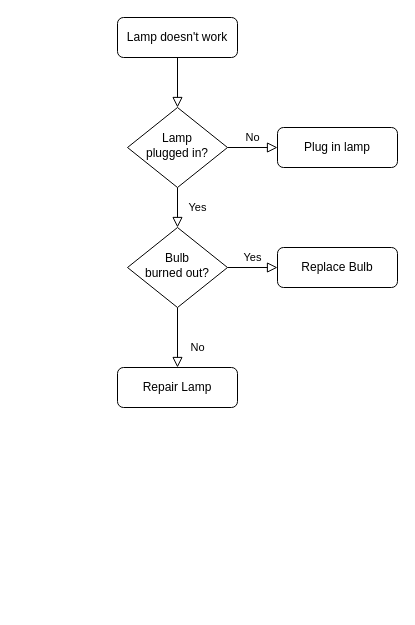
This is update.drawio from leecode398/images, a draw.io file, before an edit. Source tidied: cells renumbered, new cells numbered last; positions are measured from the earlier drawing's top-left corner, leaving out a move shared by most shapes. Both pictures are drawn from the tidied source at 100%, with x=0, y=0 at pixel (117, 17).
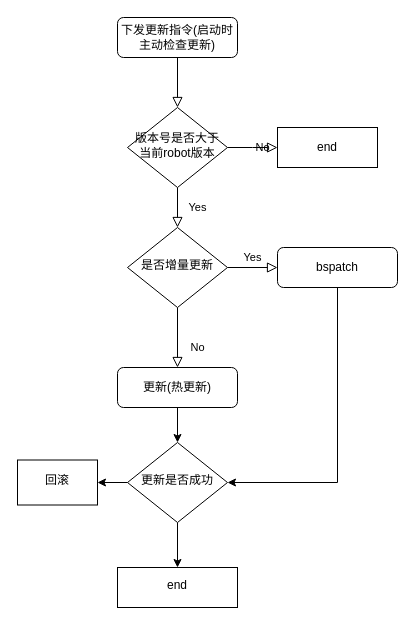
Above is the later version.

Change to the diagram source:
```diff
@@
-    <mxCell id="3" value="Lamp doesn't work" style="rounded=1;whiteSpace=wrap;html=1;fontSize=12;glass=0;strokeWidth=1;shadow=0;" parent="1" vertex="1">
+    <mxCell id="3" value="下发更新指令(启动时主动检查更新)" style="rounded=1;whiteSpace=wrap;html=1;fontSize=12;glass=0;strokeWidth=1;shadow=0;" parent="1" vertex="1">
       <mxGeometry width="120" height="40" as="geometry" />
     </mxCell>
@@
-    <mxCell id="5" value="No" style="edgeStyle=orthogonalEdgeStyle;rounded=0;html=1;jettySize=auto;fontSize=11;endArrow=block;endFill=0;endSize=8;strokeWidth=1;shadow=0;labelBackgroundColor=none;" parent="1" edge="1" source="6" target="7">
-      <mxGeometry y="10" relative="1" as="geometry" />
+    <mxCell id="5" value="No" style="edgeStyle=orthogonalEdgeStyle;rounded=0;html=1;jettySize=auto;fontSize=11;endArrow=block;endFill=0;endSize=8;strokeWidth=1;shadow=0;labelBackgroundColor=none;" parent="1" edge="1" source="6">
+      <mxGeometry y="10" relative="1" as="geometry">
+        <mxPoint x="160" y="130" as="targetPoint" />
+      </mxGeometry>
     </mxCell>
-    <mxCell id="6" value="Lamp&lt;br&gt;plugged in?" style="rhombus;whiteSpace=wrap;html=1;shadow=0;fontFamily=Helvetica;fontSize=12;align=center;strokeWidth=1;spacing=6;spacingTop=-4;" parent="1" vertex="1">
+    <mxCell id="6" value="版本号是否大于当前robot版本" style="rhombus;whiteSpace=wrap;html=1;shadow=0;fontFamily=Helvetica;fontSize=12;align=center;strokeWidth=1;spacing=6;spacingTop=-4;" parent="1" vertex="1">
       <mxGeometry x="10" y="90" width="100" height="80" as="geometry" />
     </mxCell>
-    <mxCell id="7" value="Plug in lamp" style="rounded=1;whiteSpace=wrap;html=1;fontSize=12;glass=0;strokeWidth=1;shadow=0;" parent="1" vertex="1">
-      <mxGeometry x="160" y="110" width="120" height="40" as="geometry" />
-    </mxCell>
@@
-    <mxCell id="10" value="Bulb&lt;br&gt;burned out?" style="rhombus;whiteSpace=wrap;html=1;shadow=0;fontFamily=Helvetica;fontSize=12;align=center;strokeWidth=1;spacing=6;spacingTop=-4;" parent="1" vertex="1">
+    <mxCell id="10" value="是否增量更新" style="rhombus;whiteSpace=wrap;html=1;shadow=0;fontFamily=Helvetica;fontSize=12;align=center;strokeWidth=1;spacing=6;spacingTop=-4;" parent="1" vertex="1">
       <mxGeometry x="10" y="210" width="100" height="80" as="geometry" />
     </mxCell>
+    <mxCell id="13" style="edgeStyle=orthogonalEdgeStyle;rounded=0;jettySize=auto;html=1;" parent="1" edge="1" source="11" target="18">
+      <mxGeometry relative="1" as="geometry" />
+    </mxCell>
-    <mxCell id="11" value="Repair Lamp" style="rounded=1;whiteSpace=wrap;html=1;fontSize=12;glass=0;strokeWidth=1;shadow=0;" parent="1" vertex="1">
+    <mxCell id="11" value="更新(热更新)" style="rounded=1;whiteSpace=wrap;html=1;fontSize=12;glass=0;strokeWidth=1;shadow=0;" parent="1" vertex="1">
       <mxGeometry y="350" width="120" height="40" as="geometry" />
     </mxCell>
+    <mxCell id="14" style="edgeStyle=orthogonalEdgeStyle;rounded=0;jettySize=auto;html=1;entryX=1;entryY=0.5;entryDx=0;entryDy=0;" parent="1" edge="1" source="12" target="18">
+      <mxGeometry relative="1" as="geometry">
+        <Array as="points">
+          <mxPoint x="220" y="465" />
+        </Array>
+      </mxGeometry>
+    </mxCell>
-    <mxCell id="12" value="Replace Bulb" style="rounded=1;whiteSpace=wrap;html=1;fontSize=12;glass=0;strokeWidth=1;shadow=0;" parent="1" vertex="1">
+    <mxCell id="12" value="bspatch" style="rounded=1;whiteSpace=wrap;html=1;fontSize=12;glass=0;strokeWidth=1;shadow=0;" parent="1" vertex="1">
       <mxGeometry x="160" y="230" width="120" height="40" as="geometry" />
     </mxCell>
+    <mxCell id="15" value="end" style="rounded=0;whiteSpace=wrap;html=1;" parent="1" vertex="1">
+      <mxGeometry x="160" y="110" width="100" height="40" as="geometry" />
+    </mxCell>
+    <mxCell id="16" style="edgeStyle=orthogonalEdgeStyle;rounded=0;jettySize=auto;html=1;" parent="1" edge="1" source="18" target="19">
+      <mxGeometry relative="1" as="geometry" />
+    </mxCell>
+    <mxCell id="17" style="edgeStyle=orthogonalEdgeStyle;rounded=0;jettySize=auto;html=1;" parent="1" edge="1" source="18" target="20">
+      <mxGeometry relative="1" as="geometry" />
+    </mxCell>
+    <mxCell id="18" value="更新是否成功" style="rhombus;whiteSpace=wrap;html=1;shadow=0;fontFamily=Helvetica;fontSize=12;align=center;strokeWidth=1;spacing=6;spacingTop=-4;" parent="1" vertex="1">
+      <mxGeometry x="10" y="425" width="100" height="80" as="geometry" />
+    </mxCell>
+    <mxCell id="19" value="end" style="whiteSpace=wrap;html=1;shadow=0;strokeWidth=1;spacing=6;spacingTop=-4;" parent="1" vertex="1">
+      <mxGeometry y="550" width="120" height="40" as="geometry" />
+    </mxCell>
+    <mxCell id="20" value="回滚" style="whiteSpace=wrap;html=1;shadow=0;strokeWidth=1;spacing=6;spacingTop=-4;" parent="1" vertex="1">
+      <mxGeometry x="-100" y="442.5" width="80" height="45" as="geometry" />
+    </mxCell>
```
